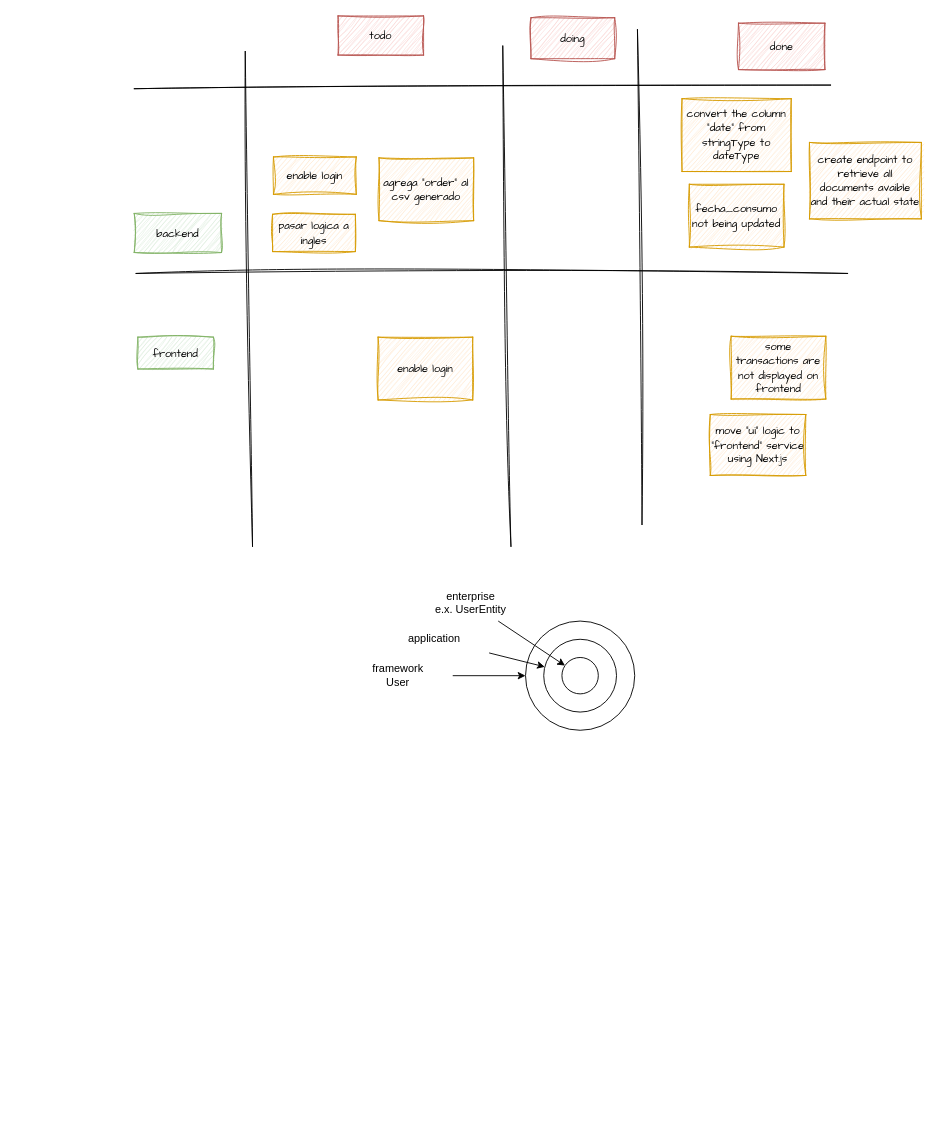
Before: scrum.dio in josueelias9/improving-BCP-organizate, a draw.io diagram. Source tidied: cells renumbered, new cells numbered last; positions are measured from the earlier drawing's top-left corner, leaving out a move shared by most shapes. Both pictures are drawn from the tidied source at 91%, with x=0, y=0 at pixel (134, 15).
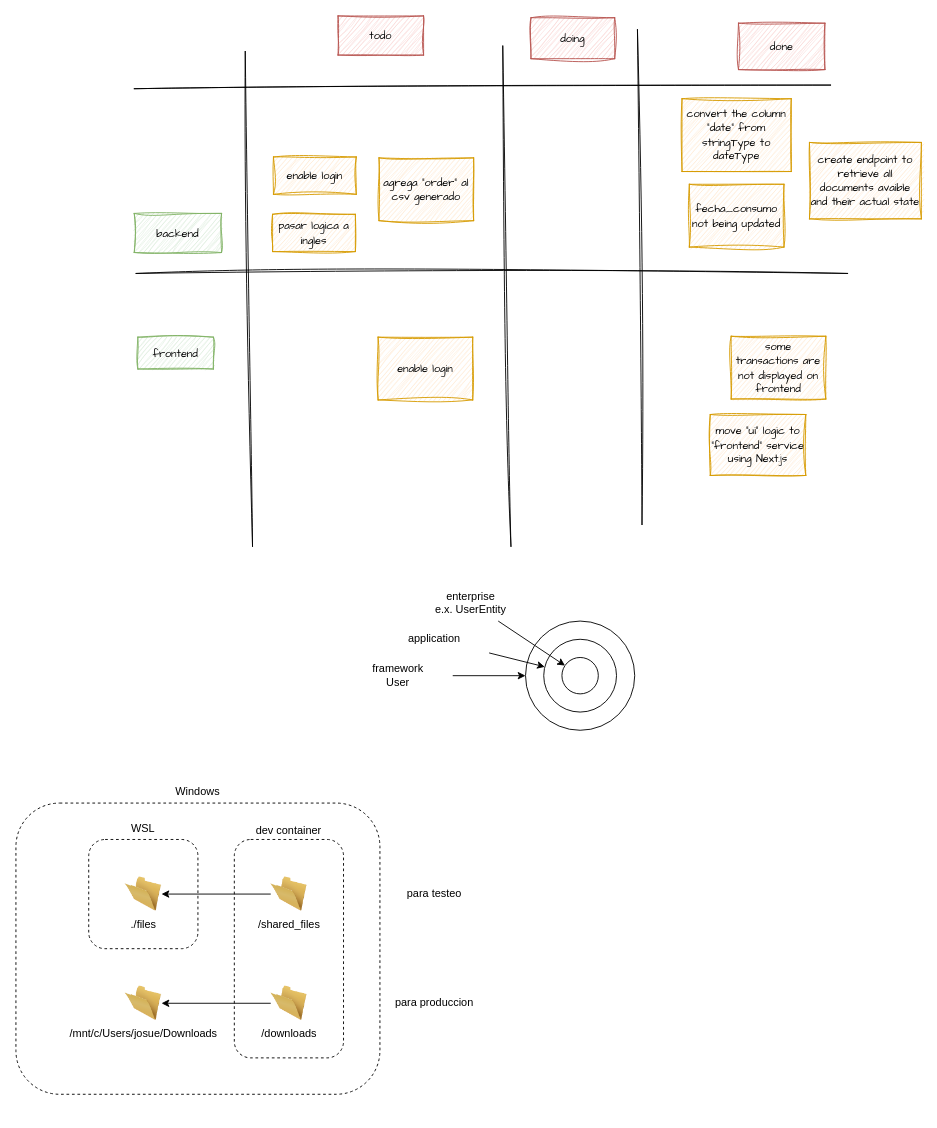
After the change.

The edit, as a diff of the source:
```diff
@@
+    <mxCell id="30" value="Windows&lt;div&gt;&lt;br&gt;&lt;/div&gt;&lt;div&gt;&lt;br&gt;&lt;/div&gt;&lt;div&gt;&lt;br&gt;&lt;/div&gt;&lt;div&gt;&lt;br&gt;&lt;/div&gt;&lt;div&gt;&lt;br&gt;&lt;/div&gt;&lt;div&gt;&lt;br&gt;&lt;/div&gt;&lt;div&gt;&lt;br&gt;&lt;/div&gt;&lt;div&gt;&lt;br&gt;&lt;/div&gt;&lt;div&gt;&lt;br&gt;&lt;/div&gt;&lt;div&gt;&lt;br&gt;&lt;/div&gt;&lt;div&gt;&lt;br&gt;&lt;/div&gt;&lt;div&gt;&lt;br&gt;&lt;/div&gt;&lt;div&gt;&lt;br&gt;&lt;/div&gt;&lt;div&gt;&lt;br&gt;&lt;/div&gt;&lt;div&gt;&lt;br&gt;&lt;/div&gt;&lt;div&gt;&lt;br&gt;&lt;/div&gt;&lt;div&gt;&lt;br&gt;&lt;/div&gt;&lt;div&gt;&lt;br&gt;&lt;/div&gt;&lt;div&gt;&lt;br&gt;&lt;/div&gt;&lt;div&gt;&lt;br&gt;&lt;/div&gt;&lt;div&gt;&lt;br&gt;&lt;/div&gt;&lt;div&gt;&lt;br&gt;&lt;/div&gt;&lt;div&gt;&lt;br&gt;&lt;/div&gt;&lt;div&gt;&lt;br&gt;&lt;/div&gt;" style="rounded=1;whiteSpace=wrap;html=1;fillColor=none;dashed=1;" parent="1" vertex="1">
+      <mxGeometry x="-130" y="865" width="400" height="320" as="geometry" />
+    </mxCell>
@@
+    <mxCell id="31" value="&lt;div&gt;dev container&lt;/div&gt;&lt;div&gt;&lt;br&gt;&lt;/div&gt;&lt;div&gt;&lt;br&gt;&lt;/div&gt;&lt;div&gt;&lt;br&gt;&lt;/div&gt;&lt;div&gt;&lt;br&gt;&lt;/div&gt;&lt;div&gt;&lt;br&gt;&lt;/div&gt;&lt;div&gt;&lt;br&gt;&lt;/div&gt;&lt;div&gt;&lt;br&gt;&lt;/div&gt;&lt;div&gt;&lt;br&gt;&lt;/div&gt;&lt;div&gt;&lt;br&gt;&lt;/div&gt;&lt;div&gt;&lt;br&gt;&lt;/div&gt;&lt;div&gt;&lt;br&gt;&lt;/div&gt;&lt;div&gt;&lt;br&gt;&lt;/div&gt;&lt;div&gt;&lt;br&gt;&lt;/div&gt;&lt;div&gt;&lt;br&gt;&lt;/div&gt;&lt;div&gt;&lt;br&gt;&lt;/div&gt;&lt;div&gt;&lt;br&gt;&lt;/div&gt;&lt;div&gt;&lt;br&gt;&lt;/div&gt;&lt;div&gt;&lt;br&gt;&lt;/div&gt;" style="rounded=1;whiteSpace=wrap;html=1;fillColor=none;dashed=1;" parent="1" vertex="1">
+      <mxGeometry x="110" y="905" width="120" height="240" as="geometry" />
+    </mxCell>
+    <mxCell id="32" value="&lt;div&gt;WSL&lt;/div&gt;&lt;div&gt;&lt;br&gt;&lt;/div&gt;&lt;div&gt;&lt;br&gt;&lt;/div&gt;&lt;div&gt;&lt;br&gt;&lt;/div&gt;&lt;div&gt;&lt;br&gt;&lt;/div&gt;&lt;div&gt;&lt;br&gt;&lt;/div&gt;&lt;div&gt;&lt;br&gt;&lt;/div&gt;&lt;div&gt;&lt;br&gt;&lt;/div&gt;&lt;div&gt;&lt;br&gt;&lt;/div&gt;&lt;div&gt;&lt;br&gt;&lt;/div&gt;&lt;div&gt;&lt;br&gt;&lt;/div&gt;" style="rounded=1;whiteSpace=wrap;html=1;fillColor=none;dashed=1;" parent="1" vertex="1">
+      <mxGeometry x="-50" y="905" width="120" height="120" as="geometry" />
+    </mxCell>
+    <mxCell id="33" style="edgeStyle=none;html=1;" parent="1" edge="1" source="34" target="35">
+      <mxGeometry relative="1" as="geometry" />
+    </mxCell>
+    <mxCell id="34" value="/shared_files" style="image;html=1;image=img/lib/clip_art/general/Empty_Folder_128x128.png;" parent="1" vertex="1">
+      <mxGeometry x="150" y="945" width="40" height="40" as="geometry" />
+    </mxCell>
+    <mxCell id="35" value="./files" style="image;html=1;image=img/lib/clip_art/general/Empty_Folder_128x128.png;" parent="1" vertex="1">
+      <mxGeometry x="-10" y="945" width="40" height="40" as="geometry" />
+    </mxCell>
+    <mxCell id="36" style="edgeStyle=none;html=1;" parent="1" edge="1" source="37" target="38">
+      <mxGeometry relative="1" as="geometry" />
+    </mxCell>
+    <mxCell id="37" value="/downloads" style="image;html=1;image=img/lib/clip_art/general/Empty_Folder_128x128.png;" parent="1" vertex="1">
+      <mxGeometry x="150" y="1065" width="40" height="40" as="geometry" />
+    </mxCell>
+    <mxCell id="38" value="/mnt/c/Users/josue/Downloads" style="image;html=1;image=img/lib/clip_art/general/Empty_Folder_128x128.png;" parent="1" vertex="1">
+      <mxGeometry x="-10" y="1065" width="40" height="40" as="geometry" />
+    </mxCell>
+    <mxCell id="39" value="para testeo" style="text;html=1;align=center;verticalAlign=middle;whiteSpace=wrap;rounded=0;" parent="1" vertex="1">
+      <mxGeometry x="270" y="945" width="120" height="40" as="geometry" />
+    </mxCell>
+    <mxCell id="40" value="para produccion" style="text;html=1;align=center;verticalAlign=middle;whiteSpace=wrap;rounded=0;" parent="1" vertex="1">
+      <mxGeometry x="270" y="1065" width="120" height="40" as="geometry" />
+    </mxCell>
```
